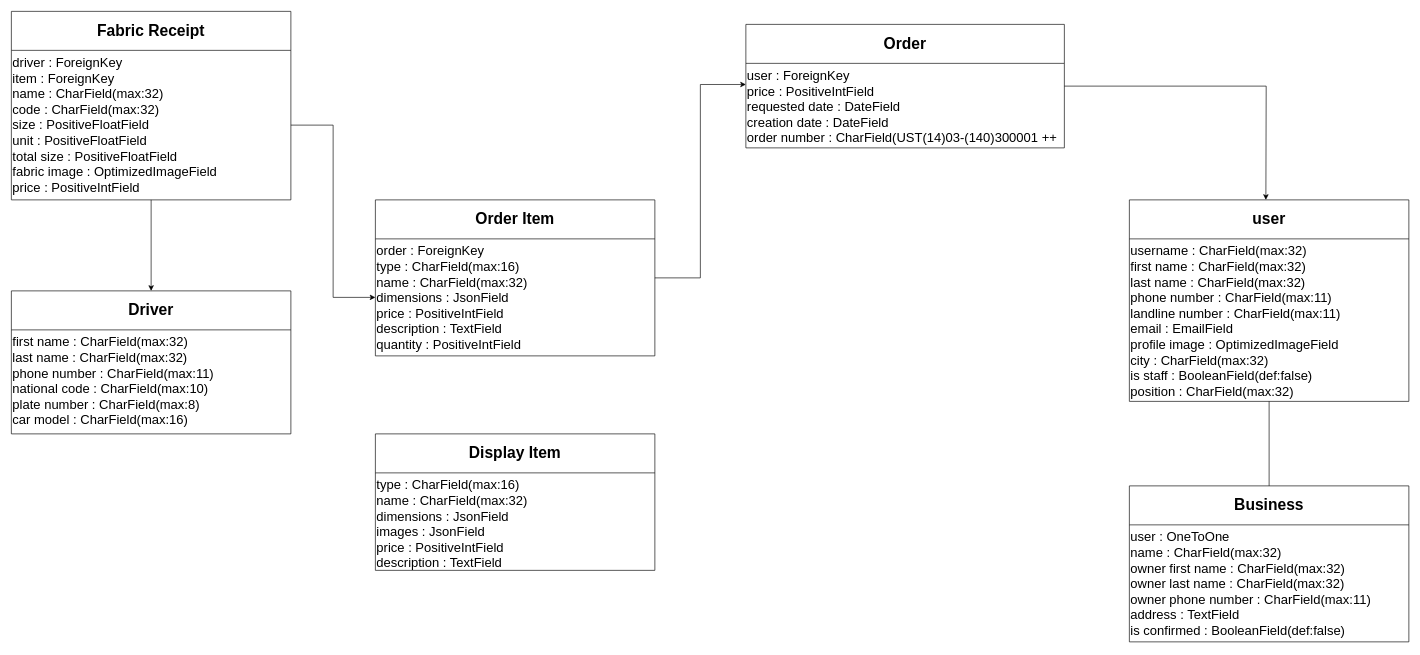
The draw.io diagram Phase One ERD.drawio in AFrenchWrench/Ustat3.0, before the edit. Source tidied: cells renumbered, new cells numbered last; positions are measured from the earlier drawing's top-left corner, leaving out a move shared by most shapes. Both pictures are drawn from the tidied source at 65%, with x=0, y=0 at pixel (11, 11).
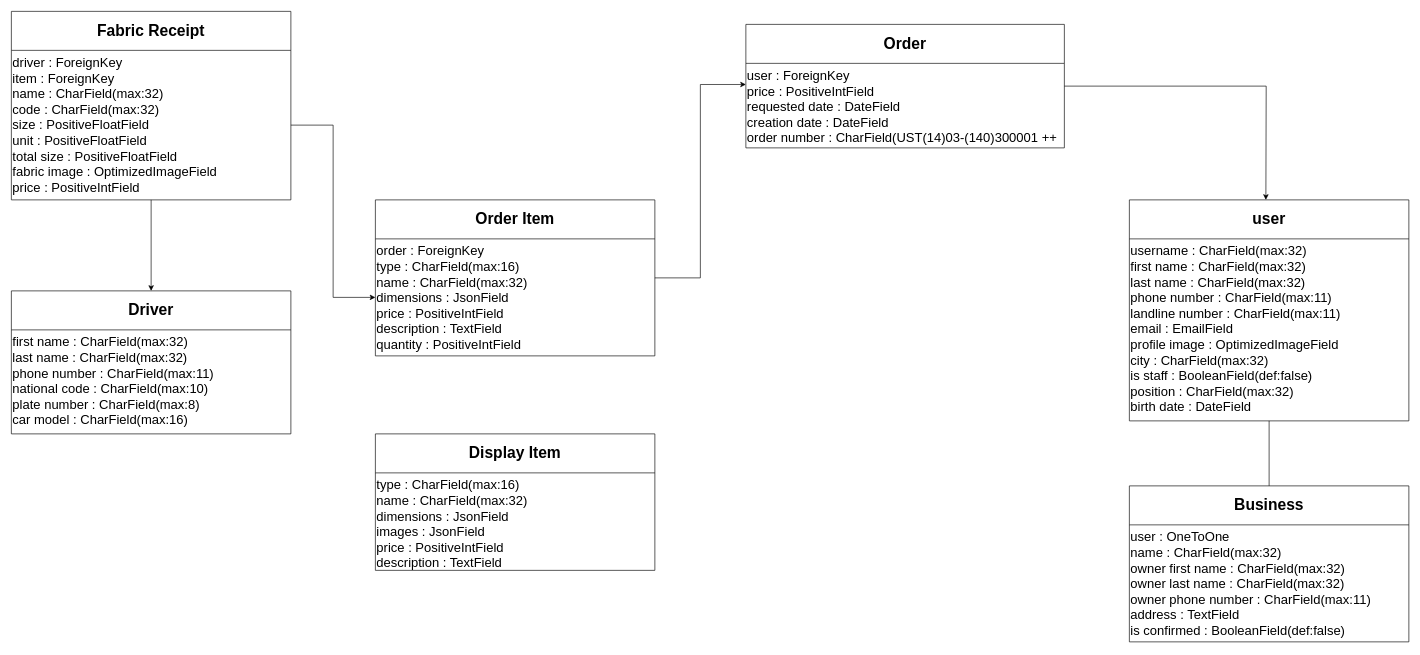
Above is the later version.

What changed in the source:
```diff
@@
     <mxCell id="2" value="&lt;span style=&quot;font-size: 24px;&quot;&gt;user&lt;/span&gt;" style="swimlane;whiteSpace=wrap;html=1;startSize=60;" parent="1" vertex="1">
-      <mxGeometry x="1720" y="290" width="430" height="310" as="geometry" />
+      <mxGeometry x="1720" y="290" width="430" height="340" as="geometry" />
     </mxCell>
-    <mxCell id="3" value="&lt;font style=&quot;font-size: 20px;&quot;&gt;username : CharField(max:32)&lt;/font&gt;&lt;div&gt;&lt;font style=&quot;font-size: 20px;&quot;&gt;first name : CharField(max:32)&lt;br&gt;&lt;/font&gt;&lt;/div&gt;&lt;div&gt;&lt;font style=&quot;font-size: 20px;&quot;&gt;last name : CharField(max:32)&lt;br&gt;&lt;/font&gt;&lt;/div&gt;&lt;div&gt;&lt;font style=&quot;font-size: 20px;&quot;&gt;phone number : CharField(max:11)&lt;/font&gt;&lt;/div&gt;&lt;div&gt;&lt;font style=&quot;font-size: 20px;&quot;&gt;landline number : CharField(max:11)&lt;/font&gt;&lt;/div&gt;&lt;div&gt;&lt;font style=&quot;font-size: 20px;&quot;&gt;email : EmailField&lt;/font&gt;&lt;/div&gt;&lt;div&gt;&lt;font style=&quot;font-size: 20px;&quot;&gt;profile image : OptimizedImageField&lt;/font&gt;&lt;/div&gt;&lt;div&gt;&lt;span style=&quot;font-size: 20px;&quot;&gt;city : CharField(max:32)&lt;/span&gt;&lt;/div&gt;&lt;div&gt;&lt;span style=&quot;font-size: 20px;&quot;&gt;is staff : BooleanField(def:false)&lt;/span&gt;&lt;/div&gt;&lt;div&gt;&lt;span style=&quot;font-size: 20px;&quot;&gt;position : CharField(max:32)&lt;/span&gt;&lt;/div&gt;" style="text;html=1;whiteSpace=wrap;overflow=hidden;rounded=0;" parent="2" vertex="1">
-      <mxGeometry y="60" width="430" height="250" as="geometry" />
+    <mxCell id="3" value="&lt;font style=&quot;font-size: 20px;&quot;&gt;username : CharField(max:32)&lt;/font&gt;&lt;div&gt;&lt;font style=&quot;font-size: 20px;&quot;&gt;first name : CharField(max:32)&lt;br&gt;&lt;/font&gt;&lt;/div&gt;&lt;div&gt;&lt;font style=&quot;font-size: 20px;&quot;&gt;last name : CharField(max:32)&lt;br&gt;&lt;/font&gt;&lt;/div&gt;&lt;div&gt;&lt;font style=&quot;font-size: 20px;&quot;&gt;phone number : CharField(max:11)&lt;/font&gt;&lt;/div&gt;&lt;div&gt;&lt;font style=&quot;font-size: 20px;&quot;&gt;landline number : CharField(max:11)&lt;/font&gt;&lt;/div&gt;&lt;div&gt;&lt;font style=&quot;font-size: 20px;&quot;&gt;email : EmailField&lt;/font&gt;&lt;/div&gt;&lt;div&gt;&lt;font style=&quot;font-size: 20px;&quot;&gt;profile image : OptimizedImageField&lt;/font&gt;&lt;/div&gt;&lt;div&gt;&lt;span style=&quot;font-size: 20px;&quot;&gt;city : CharField(max:32)&lt;/span&gt;&lt;/div&gt;&lt;div&gt;&lt;span style=&quot;font-size: 20px;&quot;&gt;is staff : BooleanField(def:false)&lt;/span&gt;&lt;/div&gt;&lt;div&gt;&lt;span style=&quot;font-size: 20px;&quot;&gt;position : CharField(max:32)&lt;/span&gt;&lt;/div&gt;&lt;div&gt;&lt;span style=&quot;font-size: 20px;&quot;&gt;birth date : DateField&lt;/span&gt;&lt;/div&gt;" style="text;html=1;whiteSpace=wrap;overflow=hidden;rounded=0;" parent="2" vertex="1">
+      <mxGeometry y="60" width="430" height="280" as="geometry" />
     </mxCell>
```
